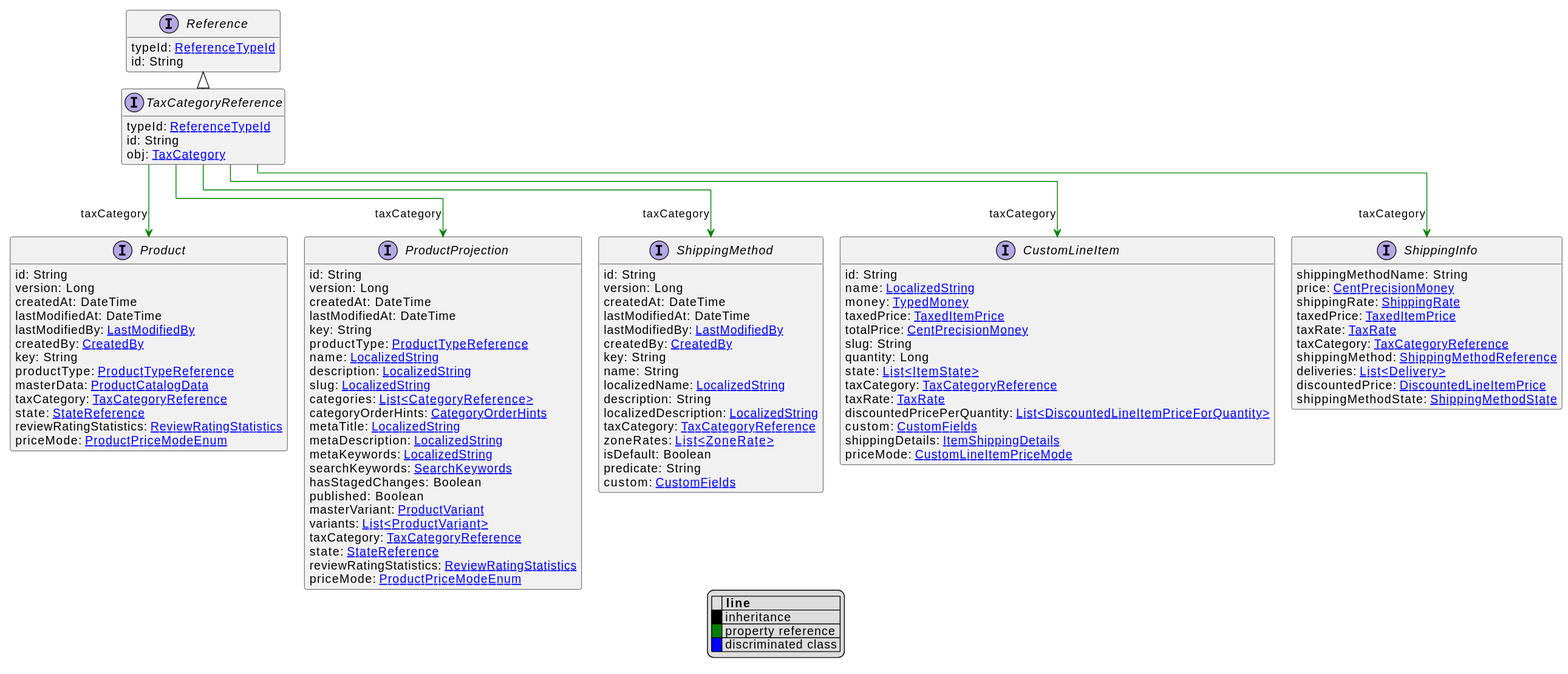
The PlantUML diagram uml/api/svg/TaxCategoryReference.svg in commercetools/commercetools-api-reference, before a commit.
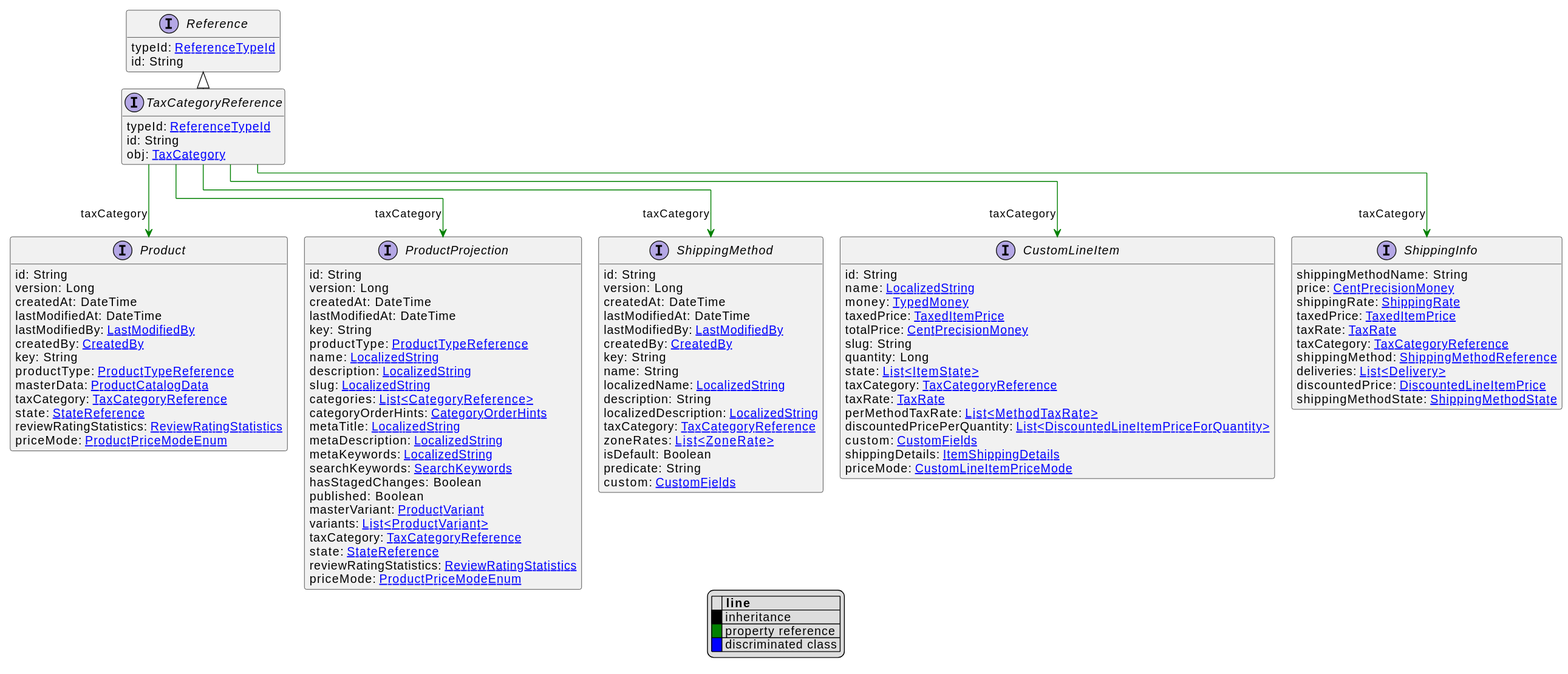
After the change.

Change to the diagram source:
```diff
@@ -30,6 +30,7 @@
     state: [[ItemState.svg List<ItemState>]]
     taxCategory: [[TaxCategoryReference.svg TaxCategoryReference]]
     taxRate: [[TaxRate.svg TaxRate]]
+    perMethodTaxRate: [[MethodTaxRate.svg List<MethodTaxRate>]]
     discountedPricePerQuantity: [[DiscountedLineItemPriceForQuantity.svg List<DiscountedLineItemPriceForQuantity>]]
     custom: [[CustomFields.svg CustomFields]]
     shippingDetails: [[ItemShippingDetails.svg ItemShippingDetails]]
```
